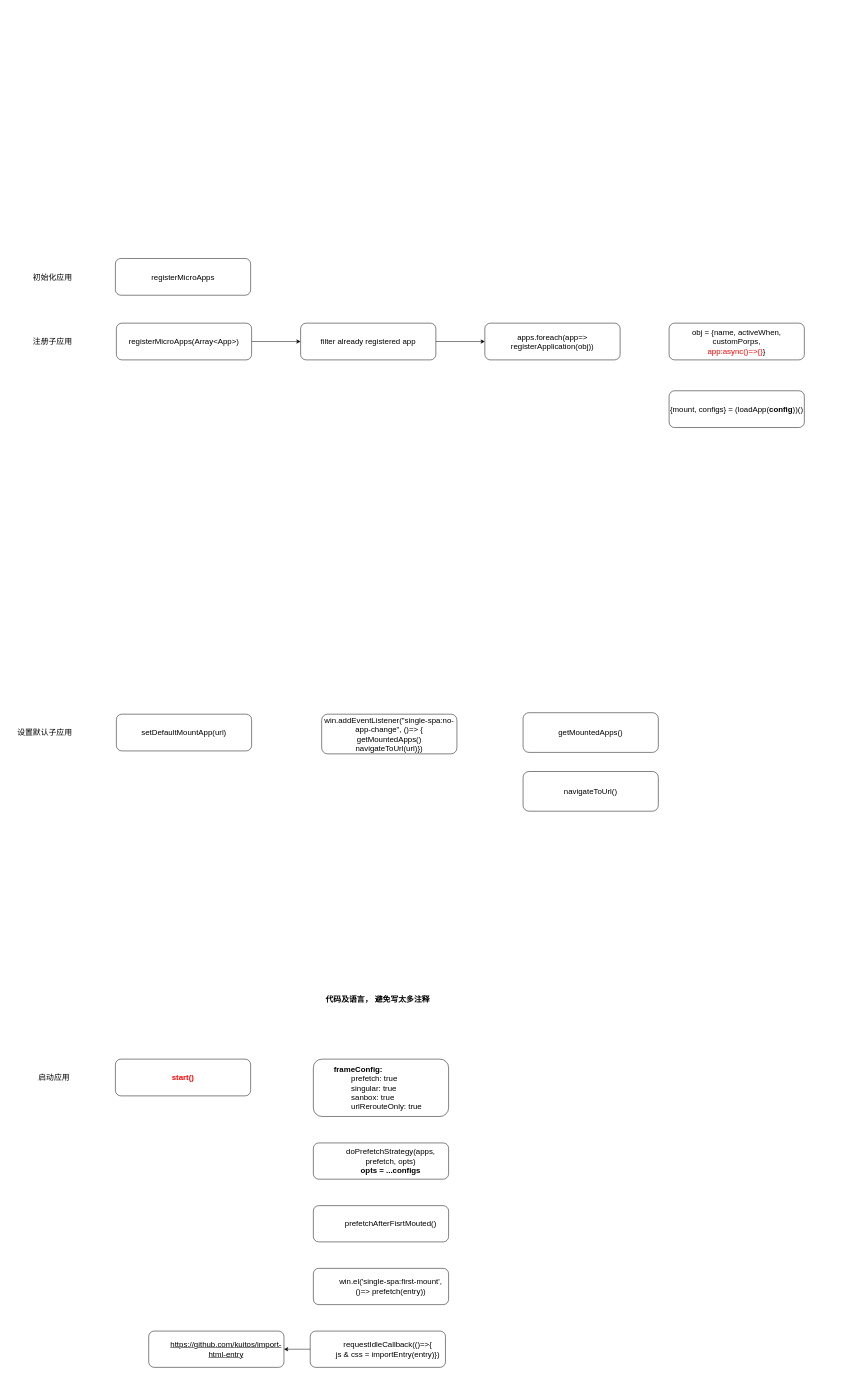
The draw.io diagram qiankun.drawio in ccctw-ma/source-code-learning, before the edit. Source tidied: cells renumbered, new cells numbered last; positions are measured from the earlier drawing's top-left corner, leaving out a move shared by most shapes. Both pictures are drawn from the tidied source at 49%, with x=0, y=0 at pixel (8, 258).
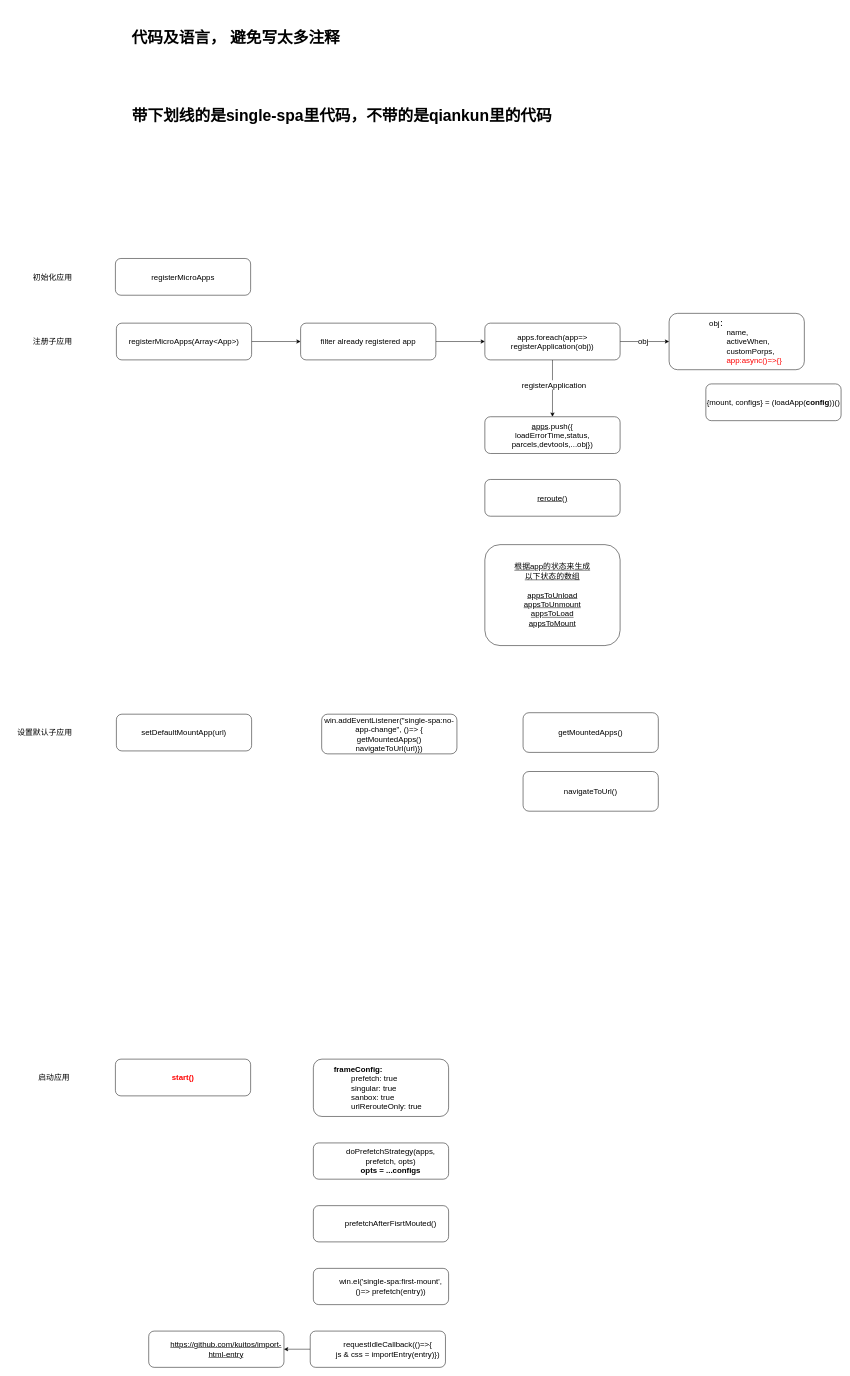
The same diagram, later.

Unchanged cells that the change refers to:
```xml
<mxCell id="13" value="apps.foreach(app=&amp;gt; registerApplication(obj))" style="rounded=1;whiteSpace=wrap;html=1;fontSize=16;" parent="1" vertex="1">
  <mxGeometry x="972" y="132" width="276" height="75" as="geometry" />
</mxCell>
```

Change to the diagram source:
```diff
@@
+    <mxCell id="27" style="edgeStyle=orthogonalEdgeStyle;rounded=0;jettySize=auto;html=1;exitX=0.5;exitY=1;exitDx=0;exitDy=0;entryX=0.5;entryY=0;entryDx=0;entryDy=0;" parent="1" edge="1" source="13" target="31">
+      <mxGeometry relative="1" as="geometry" />
+    </mxCell>
+    <mxCell id="28" value="&lt;font style=&quot;font-size: 16px;&quot;&gt;registerApplication&lt;/font&gt;" style="edgeLabel;html=1;align=center;verticalAlign=middle;" parent="27" vertex="1">
+      <mxGeometry x="-0.14" y="2" relative="1" as="geometry" />
+    </mxCell>
+    <mxCell id="29" style="edgeStyle=orthogonalEdgeStyle;rounded=0;jettySize=auto;html=1;exitX=1;exitY=0.5;exitDx=0;exitDy=0;entryX=0;entryY=0.5;entryDx=0;entryDy=0;" parent="1" edge="1" source="13" target="14">
+      <mxGeometry relative="1" as="geometry" />
+    </mxCell>
+    <mxCell id="30" value="&lt;font style=&quot;font-size: 16px;&quot;&gt;obj&lt;/font&gt;" style="edgeLabel;html=1;align=center;verticalAlign=middle;" parent="29" vertex="1">
+      <mxGeometry x="-0.21" y="1" relative="1" as="geometry">
+        <mxPoint x="6" as="offset" />
+      </mxGeometry>
+    </mxCell>
@@
-    <mxCell id="14" value="obj = {name, activeWhen, customPorps,&lt;br&gt;&lt;font color=&quot;#ff0000&quot;&gt;app:async()=&amp;gt;{}&lt;/font&gt;}" style="rounded=1;whiteSpace=wrap;html=1;fontSize=16;" parent="1" vertex="1">
-      <mxGeometry x="1348" y="132" width="276" height="75" as="geometry" />
+    <mxCell id="14" value="&lt;blockquote style=&quot;margin: 0 0 0 40px; border: none; padding: 0px;&quot;&gt;&lt;blockquote style=&quot;margin: 0 0 0 40px; border: none; padding: 0px;&quot;&gt;&lt;div style=&quot;&quot;&gt;&lt;span style=&quot;background-color: initial;&quot;&gt;obj：&lt;/span&gt;&lt;/div&gt;&lt;/blockquote&gt;&lt;blockquote style=&quot;margin: 0 0 0 40px; border: none; padding: 0px;&quot;&gt;&lt;div style=&quot;&quot;&gt;&lt;span style=&quot;background-color: initial; white-space: pre;&quot;&gt;&#9;&lt;/span&gt;&lt;span style=&quot;background-color: initial;&quot;&gt;name,&amp;nbsp;&lt;/span&gt;&lt;/div&gt;&lt;/blockquote&gt;&lt;blockquote style=&quot;margin: 0 0 0 40px; border: none; padding: 0px;&quot;&gt;&lt;div style=&quot;&quot;&gt;&lt;span style=&quot;background-color: initial;&quot;&gt;&lt;span style=&quot;white-space: pre;&quot;&gt;&#9;&lt;/span&gt;activeWhen,&amp;nbsp;&lt;/span&gt;&lt;/div&gt;&lt;/blockquote&gt;&lt;blockquote style=&quot;margin: 0 0 0 40px; border: none; padding: 0px;&quot;&gt;&lt;div style=&quot;&quot;&gt;&lt;span style=&quot;background-color: initial;&quot;&gt;&lt;span style=&quot;white-space: pre;&quot;&gt;&#9;&lt;/span&gt;customPorps,&lt;/span&gt;&lt;/div&gt;&lt;/blockquote&gt;&lt;blockquote style=&quot;margin: 0 0 0 40px; border: none; padding: 0px;&quot;&gt;&lt;font color=&quot;#ff0000&quot;&gt;&lt;span style=&quot;white-space: pre;&quot;&gt;&#9;&lt;/span&gt;app:async()=&amp;gt;{}&lt;/font&gt;&lt;/blockquote&gt;&lt;/blockquote&gt;" style="rounded=1;whiteSpace=wrap;html=1;fontSize=16;align=left;" parent="1" vertex="1">
+      <mxGeometry x="1348" y="112" width="276" height="115" as="geometry" />
     </mxCell>
     <mxCell id="15" value="{mount, configs} = (loadApp(&lt;b&gt;config&lt;/b&gt;))()" style="rounded=1;whiteSpace=wrap;html=1;fontSize=16;" parent="1" vertex="1">
-      <mxGeometry x="1348" y="270" width="276" height="75" as="geometry" />
+      <mxGeometry x="1423" y="256" width="276" height="75" as="geometry" />
     </mxCell>
@@
-    <mxCell id="22" value="&lt;font style=&quot;font-size: 16px;&quot;&gt;&lt;b&gt;代码及语言， 避免写太多注释&lt;/b&gt;&lt;/font&gt;" style="text;strokeColor=none;align=center;fillColor=none;html=1;verticalAlign=middle;whiteSpace=wrap;rounded=0;" parent="1" vertex="1">
-      <mxGeometry x="635.1" y="1495.6" width="236.9" height="30" as="geometry" />
-    </mxCell>
@@
+    <mxCell id="31" value="&lt;u&gt;apps&lt;/u&gt;.push({&lt;br&gt;loadErrorTime,status,&lt;br&gt;parcels,devtools,...obj})" style="rounded=1;whiteSpace=wrap;html=1;fontSize=16;align=center;" parent="1" vertex="1">
+      <mxGeometry x="972" y="323" width="276" height="75" as="geometry" />
+    </mxCell>
+    <mxCell id="32" value="&lt;u&gt;reroute()&lt;/u&gt;" style="rounded=1;whiteSpace=wrap;html=1;fontSize=16;align=center;" parent="1" vertex="1">
+      <mxGeometry x="972" y="451" width="276" height="75" as="geometry" />
+    </mxCell>
+    <mxCell id="22" value="&lt;font size=&quot;1&quot; style=&quot;&quot;&gt;&lt;b style=&quot;font-size: 32px;&quot;&gt;代码及语言， 避免写太多注释&lt;/b&gt;&lt;/font&gt;" style="text;strokeColor=none;align=center;fillColor=none;html=1;verticalAlign=middle;whiteSpace=wrap;rounded=0;" parent="1" vertex="1">
+      <mxGeometry x="192" y="-510" width="544" height="117" as="geometry" />
+    </mxCell>
+    <mxCell id="33" value="&lt;span style=&quot;font-size: 32px;&quot;&gt;&lt;b&gt;带下划线的是single-spa里代码，不带的是qiankun里的代码&lt;/b&gt;&lt;/span&gt;" style="text;strokeColor=none;align=center;fillColor=none;html=1;verticalAlign=middle;whiteSpace=wrap;rounded=0;" parent="1" vertex="1">
+      <mxGeometry x="226" y="-351" width="909" height="117" as="geometry" />
+    </mxCell>
+    <mxCell id="34" value="&lt;u&gt;根据app的状态来生成&lt;br&gt;以下状态的数组&lt;br&gt;&lt;br&gt;appsToUnload&lt;br&gt;appsToUnmount&lt;br&gt;appsToLoad&lt;br&gt;appsToMount&lt;br&gt;&lt;/u&gt;" style="rounded=1;whiteSpace=wrap;html=1;fontSize=16;align=center;" parent="1" vertex="1">
+      <mxGeometry x="972" y="584" width="276" height="206" as="geometry" />
+    </mxCell>
```
